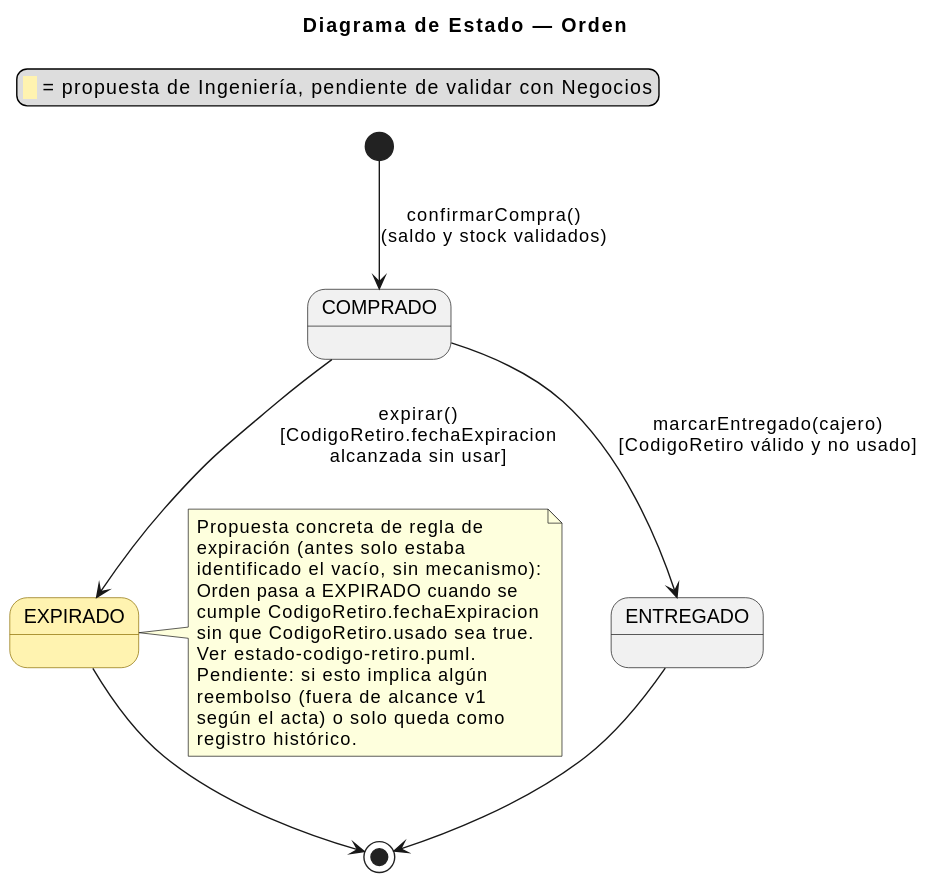
Before: uml/estado-orden.svg, a diagram exported from PlantUML (Jesus-JB/aliflow). The source it was exported from:
```plantuml
@startuml
title Diagrama de Estado — Orden

skinparam state {
  BackgroundColor<<propuesta>> #FFF3B0
  BorderColor<<propuesta>> #8A6D00
}

legend top left
  <back:#FFF3B0>  </back> = propuesta de Ingeniería, pendiente de validar con Negocios
endlegend

state EXPIRADO <<propuesta>>

[*] --> COMPRADO : confirmarCompra()\n(saldo y stock validados)

COMPRADO --> ENTREGADO : marcarEntregado(cajero)\n[CodigoRetiro válido y no usado]

COMPRADO --> EXPIRADO : expirar()\n[CodigoRetiro.fechaExpiracion\nalcanzada sin usar]

ENTREGADO --> [*]
EXPIRADO --> [*]

note right of EXPIRADO
  Propuesta concreta de regla de
  expiración (antes solo estaba
  identificado el vacío, sin mecanismo):
  Orden pasa a EXPIRADO cuando se
  cumple CodigoRetiro.fechaExpiracion
  sin que CodigoRetiro.usado sea true.
  Ver estado-codigo-retiro.puml.
  Pendiente: si esto implica algún
  reembolso (fuera de alcance v1
  según el acta) o solo queda como
  registro histórico.
end note
@enduml
```
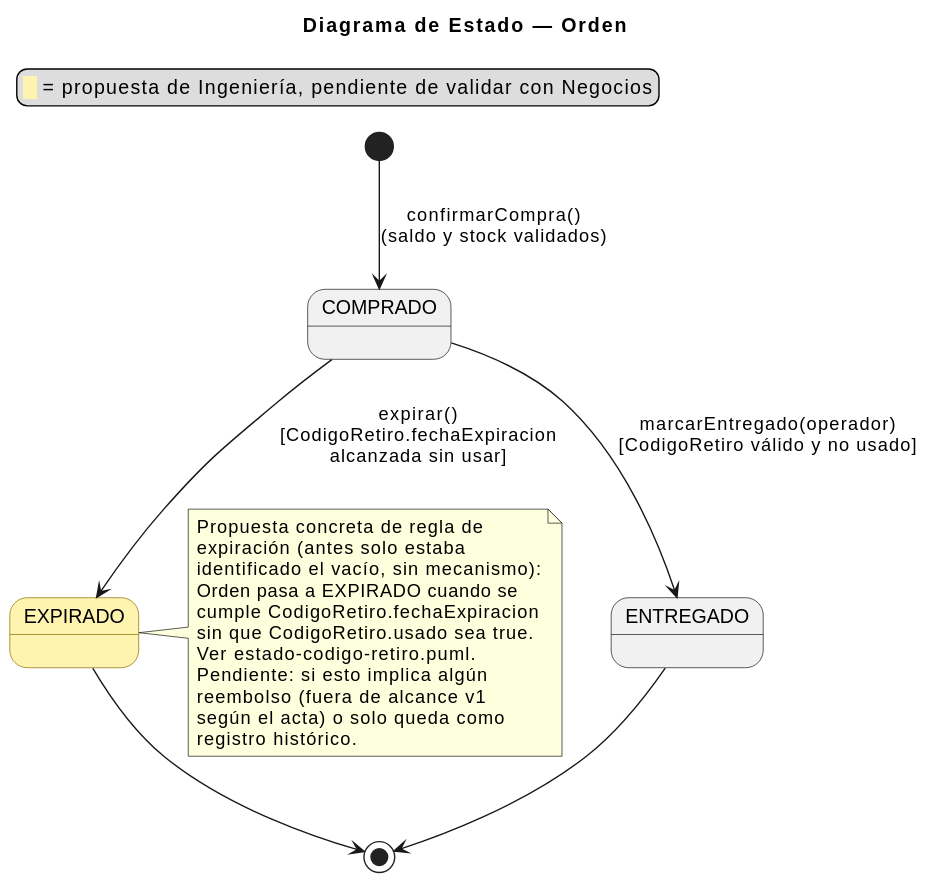
The same file after the commit.

Diff of the diagram source:
```diff
@@ -14,7 +14,7 @@
 
 [*] --> COMPRADO : confirmarCompra()\n(saldo y stock validados)
 
-COMPRADO --> ENTREGADO : marcarEntregado(cajero)\n[CodigoRetiro válido y no usado]
+COMPRADO --> ENTREGADO : marcarEntregado(operador)\n[CodigoRetiro válido y no usado]
 
 COMPRADO --> EXPIRADO : expirar()\n[CodigoRetiro.fechaExpiracion\nalcanzada sin usar]
 
```
